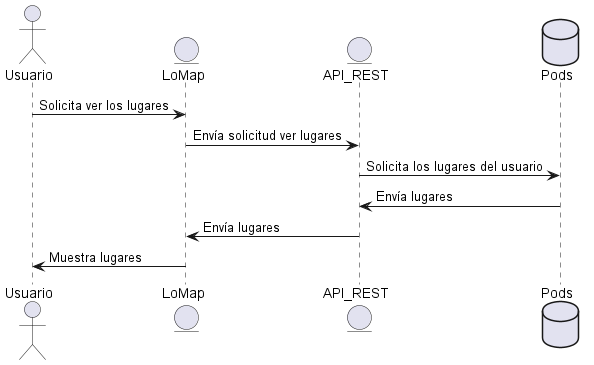
Arquisoft/lomap_es3c keeps this PlantUML diagram as images/Sequence diagram6.png. Above is the earlier version.
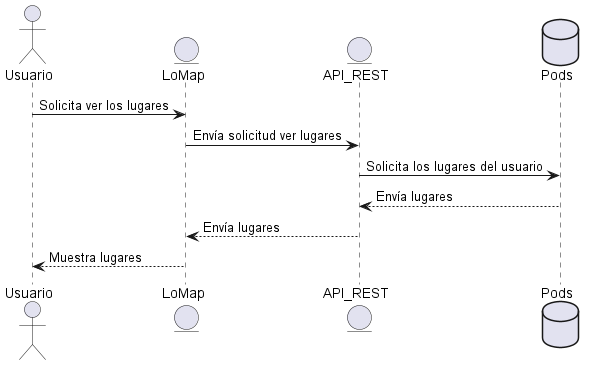
The same file after the commit.

Diff of the diagram source:
```diff
@@ -6,7 +6,7 @@
 database Pod as "Pods"
 LoMap-> API_REST: Envía solicitud ver lugares
 API_REST-> Pod: Solicita los lugares del usuario
-Pod-> API_REST: Envía lugares
-API_REST-> LoMap: Envía lugares
-LoMap-> Usuario: Muestra lugares
+Pod--> API_REST: Envía lugares
+API_REST--> LoMap: Envía lugares
+LoMap--> Usuario: Muestra lugares
 @enduml
```
